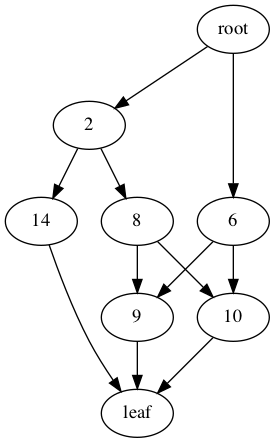
This is 66666.dot.png from sraskar/BalancePoint, a Graphviz export, as it was before one commit. Its source is kept beside it as 66666.dot.
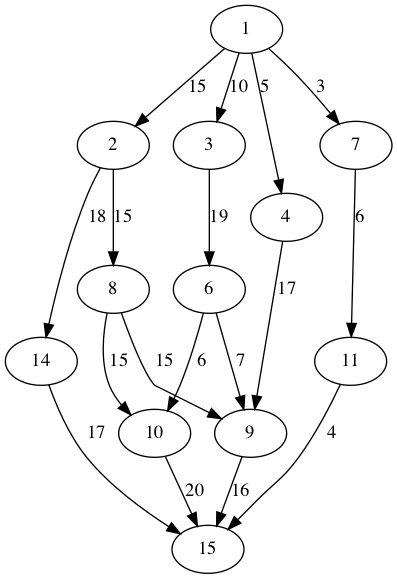
After the commit.

The edit, as a diff of the source:
```diff
@@ -1,13 +1,16 @@
 strict digraph "" {
-	2 -> 8	 [weight=17];
-	2 -> 14	 [weight=19];
-	8 -> 9	 [weight=7];
-	8 -> 10	 [weight=6];
-	14 -> leaf	 [weight=17];
-	6 -> 9	 [weight=20];
-	6 -> 10	 [weight=6];
-	9 -> leaf	 [weight=15];
-	10 -> leaf	 [weight=10];
-	root -> 2	 [weight=2];
-	root -> 6	 [weight=12];
+	3 -> 6	 [label=15];
+	6 -> 9	 [label=18];
+	6 -> 10	 [label=15];
+	4 -> 9	 [label=15];
+	9 -> 12	 [label=17];
+	10 -> 12	 [label=19];
+	7 -> 11	 [label=7];
+	11 -> 12	 [label=6];
+	8 -> 9	 [label=17];
+	8 -> 10	 [label=16];
+	2 -> 3	 [label=20];
+	2 -> 4	 [label=6];
+	2 -> 7	 [label=4];
+	2 -> 8	 [label=15];
 }
```
